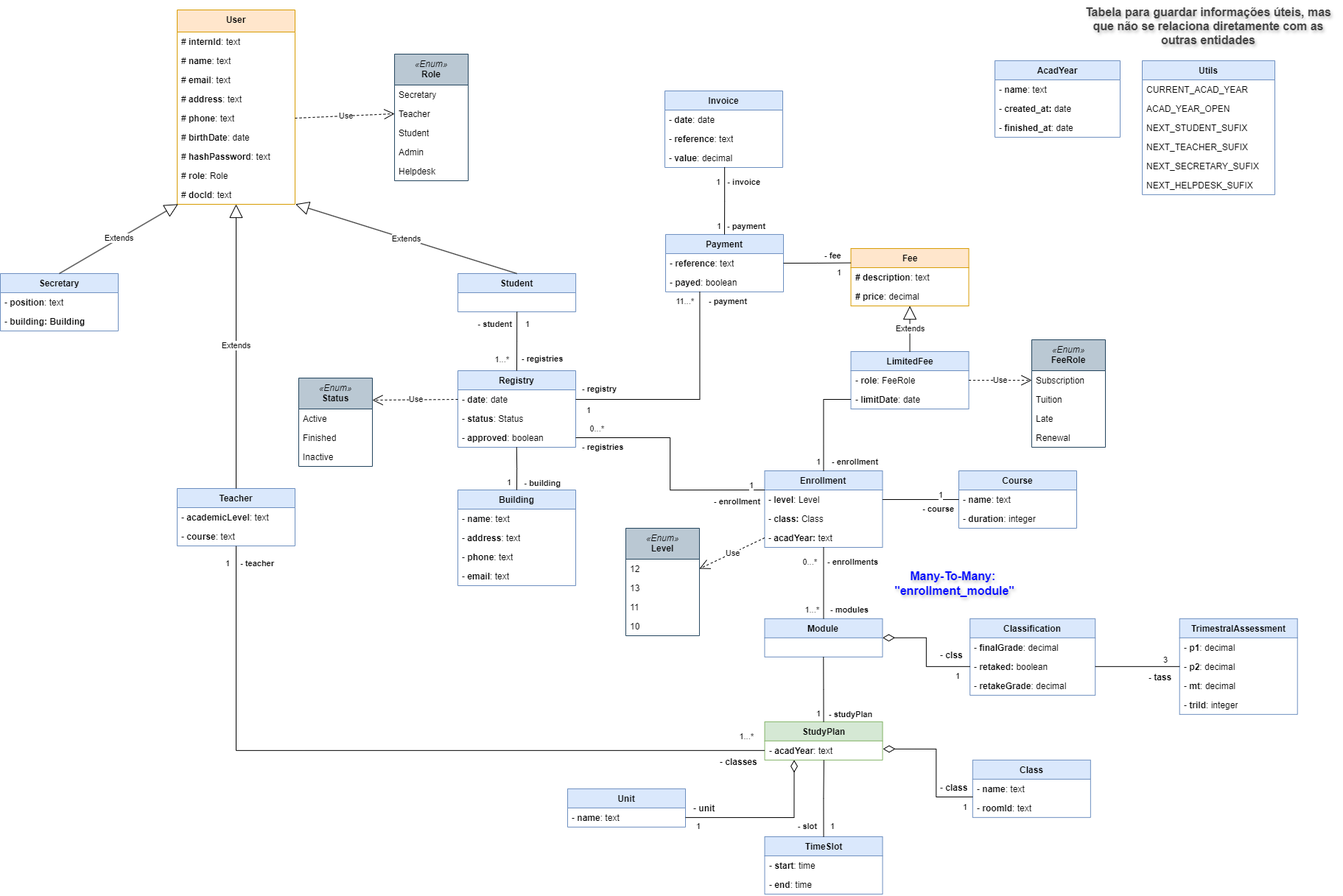
Above: documentation/data-model.drawio.png in Joaquim-Claudio/Imptel-Online_P.D.S-2024-2025 (draw.io), before the change. Source tidied: cells renumbered, new cells last; positions are measured from the earlier drawing's top-left corner, leaving out a move shared by most shapes.
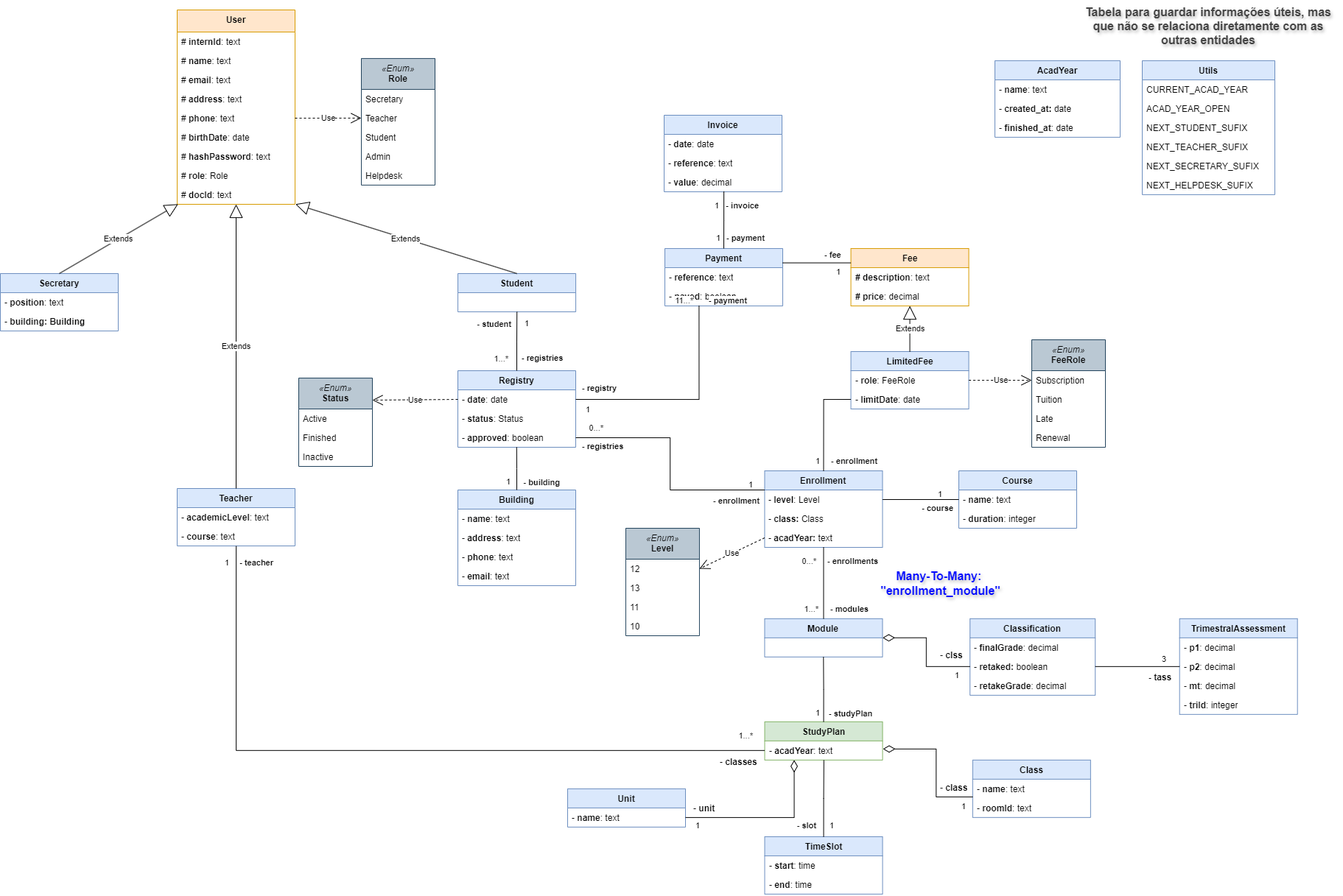
Later version of the same file.

Commit message:
Just fitting.

Diff of the diagram source:
```diff
@@ -256,7 +256,7 @@
       <mxGeometry x="1112.5" y="974.8" as="geometry" />
     </mxCell>
     <mxCell id="81" value="&lt;div&gt;&lt;i style=&quot;font-weight: normal;&quot;&gt;«Enum»&lt;/i&gt;&lt;/div&gt;&lt;div&gt;&lt;span style=&quot;text-align: left;&quot;&gt;Role&lt;/span&gt;&lt;/div&gt;" style="swimlane;fontStyle=1;align=center;verticalAlign=top;horizontal=1;startSize=42;whiteSpace=wrap;html=1;fillColor=#bac8d3;strokeColor=#23445d;" parent="1" vertex="1">
-      <mxGeometry x="535.1" y="73" width="100" height="172" as="geometry" />
+      <mxGeometry x="490" y="78.9" width="100" height="172" as="geometry" />
     </mxCell>
     <mxCell id="82" value="Secretary" style="text;strokeColor=none;fillColor=none;align=left;verticalAlign=top;spacingLeft=4;spacingRight=4;overflow=hidden;whiteSpace=wrap;html=1;" parent="81" vertex="1">
       <mxGeometry y="42" width="100" height="26" as="geometry" />
@@ -372,7 +372,7 @@
       <mxGeometry y="52" width="160" height="26" as="geometry" />
     </mxCell>
     <mxCell id="116" value="Invoice" style="swimlane;fontStyle=1;align=center;verticalAlign=top;horizontal=1;startSize=26;whiteSpace=wrap;html=1;fillColor=#dae8fc;strokeColor=#6c8ebf;" parent="1" vertex="1">
-      <mxGeometry x="902" y="123" width="160" height="104" as="geometry" />
+      <mxGeometry x="901" y="156" width="160" height="104" as="geometry" />
     </mxCell>
     <mxCell id="117" value="- &lt;b&gt;date&lt;/b&gt;: date" style="text;strokeColor=none;fillColor=none;align=left;verticalAlign=top;spacingLeft=4;spacingRight=4;overflow=hidden;whiteSpace=wrap;html=1;" parent="116" vertex="1">
       <mxGeometry y="26" width="160" height="26" as="geometry" />
@@ -387,7 +387,7 @@
       <mxGeometry relative="1" as="geometry" />
     </mxCell>
     <mxCell id="121" value="Many-To-Many:&amp;nbsp;&lt;div&gt;&quot;enrollment_module&quot;&lt;/div&gt;" style="text;align=center;fontStyle=1;verticalAlign=middle;spacingLeft=3;spacingRight=3;html=1;fontColor=#0008ff;fontSize=16;textShadow=1;" parent="1" vertex="1">
-      <mxGeometry x="1208.5" y="771.4" width="172.5" height="41.2" as="geometry" />
+      <mxGeometry x="1190" y="771.4" width="172.5" height="41.2" as="geometry" />
     </mxCell>
     <mxCell id="122" value="&lt;div&gt;&lt;i style=&quot;font-weight: normal;&quot;&gt;«Enum»&lt;/i&gt;&lt;/div&gt;&lt;div style=&quot;&quot;&gt;Status&lt;/div&gt;" style="swimlane;fontStyle=1;align=center;verticalAlign=top;horizontal=1;startSize=42;whiteSpace=wrap;html=1;fillColor=#bac8d3;strokeColor=#23445d;" parent="1" vertex="1">
       <mxGeometry x="405" y="513" width="100" height="120" as="geometry" />
@@ -468,7 +468,7 @@
       <mxGeometry x="1021" y="665" as="geometry" />
     </mxCell>
     <mxCell id="148" value="Payment" style="swimlane;fontStyle=1;align=center;verticalAlign=top;horizontal=1;startSize=26;whiteSpace=wrap;html=1;fillColor=#dae8fc;strokeColor=#6c8ebf;" parent="1" vertex="1">
-      <mxGeometry x="903" y="318" width="160" height="78" as="geometry" />
+      <mxGeometry x="902" y="337.1" width="160" height="78" as="geometry" />
     </mxCell>
     <mxCell id="149" value="- &lt;b&gt;reference&lt;/b&gt;: text" style="text;strokeColor=none;fillColor=none;align=left;verticalAlign=top;spacingLeft=4;spacingRight=4;overflow=hidden;points=[[0,0.5],[1,0.5]];portConstraint=eastwest;whiteSpace=wrap;html=1;" parent="148" vertex="1">
       <mxGeometry y="26" width="160" height="26" as="geometry" />
@@ -500,7 +500,7 @@
     <mxCell id="158" style="edgeStyle=orthogonalEdgeStyle;rounded=0;jettySize=auto;html=1;exitX=0.5;exitY=0;exitDx=0;exitDy=0;entryX=0.507;entryY=0.979;entryDx=0;entryDy=0;entryPerimeter=0;endArrow=none;endFill=0;" parent="1" edge="1" source="148" target="119">
       <mxGeometry relative="1" as="geometry" />
     </mxCell>
-    <mxCell id="159" style="edgeStyle=orthogonalEdgeStyle;rounded=0;jettySize=auto;html=1;exitX=1;exitY=0.5;exitDx=0;exitDy=0;entryX=0;entryY=0.25;entryDx=0;entryDy=0;endArrow=none;endFill=0;" parent="1" edge="1" source="149" target="113">
+    <mxCell id="159" style="edgeStyle=orthogonalEdgeStyle;rounded=0;jettySize=auto;html=1;exitX=1;exitY=0.25;exitDx=0;exitDy=0;entryX=0;entryY=0.25;entryDx=0;entryDy=0;endArrow=none;endFill=0;" parent="1" edge="1" source="148" target="113">
       <mxGeometry relative="1" as="geometry" />
     </mxCell>
     <mxCell id="160" style="edgeStyle=orthogonalEdgeStyle;rounded=0;jettySize=auto;html=1;exitX=1;exitY=0.5;exitDx=0;exitDy=0;entryX=0.29;entryY=0.988;entryDx=0;entryDy=0;entryPerimeter=0;endArrow=none;endFill=0;" parent="1" edge="1" source="65" target="150">
@@ -513,16 +513,16 @@
       <mxGeometry x="940" y="415.1" as="geometry" />
     </mxCell>
     <mxCell id="163" value="- &lt;b&gt;invoice&lt;/b&gt;" style="edgeLabel;html=1;align=right;verticalAlign=bottom;" parent="1" vertex="1">
-      <mxGeometry x="1030.5" y="253" as="geometry" />
+      <mxGeometry x="1029.5" y="286" as="geometry" />
     </mxCell>
     <mxCell id="164" value="1" style="edgeLabel;html=1;align=right;verticalAlign=bottom;" parent="1" vertex="1">
-      <mxGeometry x="976" y="253" as="geometry" />
+      <mxGeometry x="975" y="286" as="geometry" />
     </mxCell>
     <mxCell id="165" value="- &lt;b&gt;payment&lt;/b&gt;" style="edgeLabel;html=1;align=right;verticalAlign=bottom;" parent="1" vertex="1">
-      <mxGeometry x="1037.5" y="313" as="geometry" />
+      <mxGeometry x="1037.5" y="330" as="geometry" />
     </mxCell>
     <mxCell id="166" value="1" style="edgeLabel;html=1;align=right;verticalAlign=bottom;" parent="1" vertex="1">
-      <mxGeometry x="977" y="313" as="geometry" />
+      <mxGeometry x="977" y="330" as="geometry" />
     </mxCell>
     <mxCell id="167" value="-&lt;b&gt; fee&lt;/b&gt;" style="edgeLabel;html=1;align=left;verticalAlign=bottom;" parent="1" vertex="1">
       <mxGeometry x="1117.5" y="353" as="geometry" />
```
